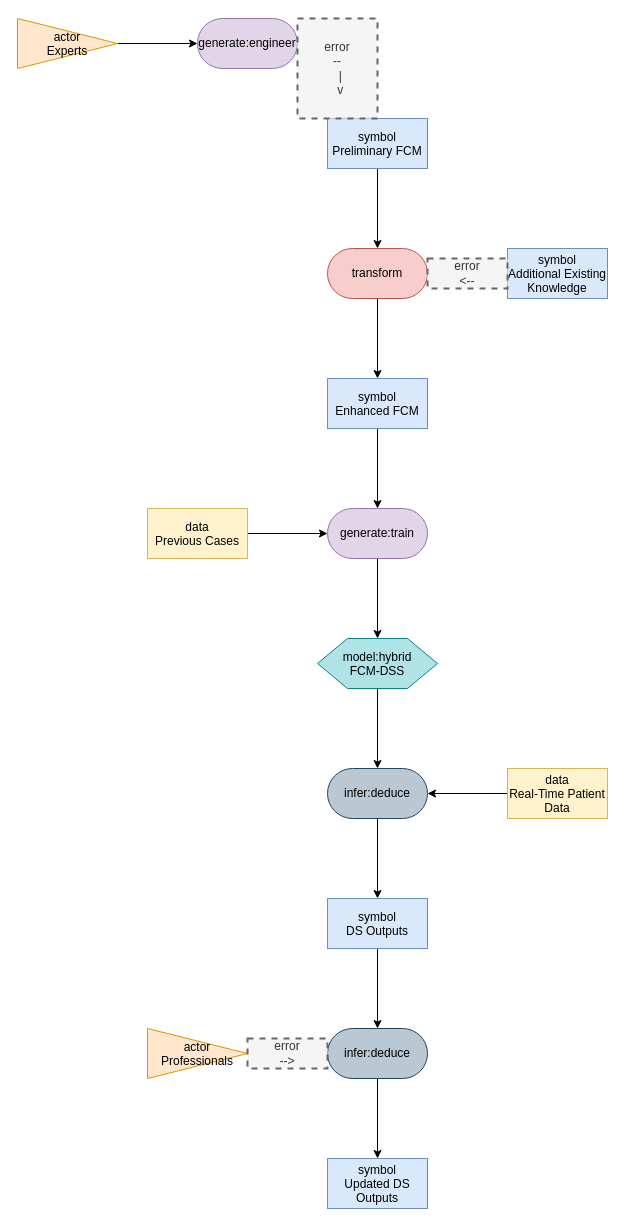
zonnesmit/thesis keeps this draw.io diagram as medical patterns to boxologies/Rules Embedded in ML architecture (REML)/Novel Architecture for Supporting Medical Decision Making of Different Data Types Based on Fuzzy Cognitive Map Framework.drawio. Above is the earlier version. Source tidied: cells renumbered, new cells numbered last; positions are measured from the earlier drawing's top-left corner, leaving out a move shared by most shapes. Both pictures are drawn from the tidied source at 100%, with x=0, y=0 at pixel (17, 18).
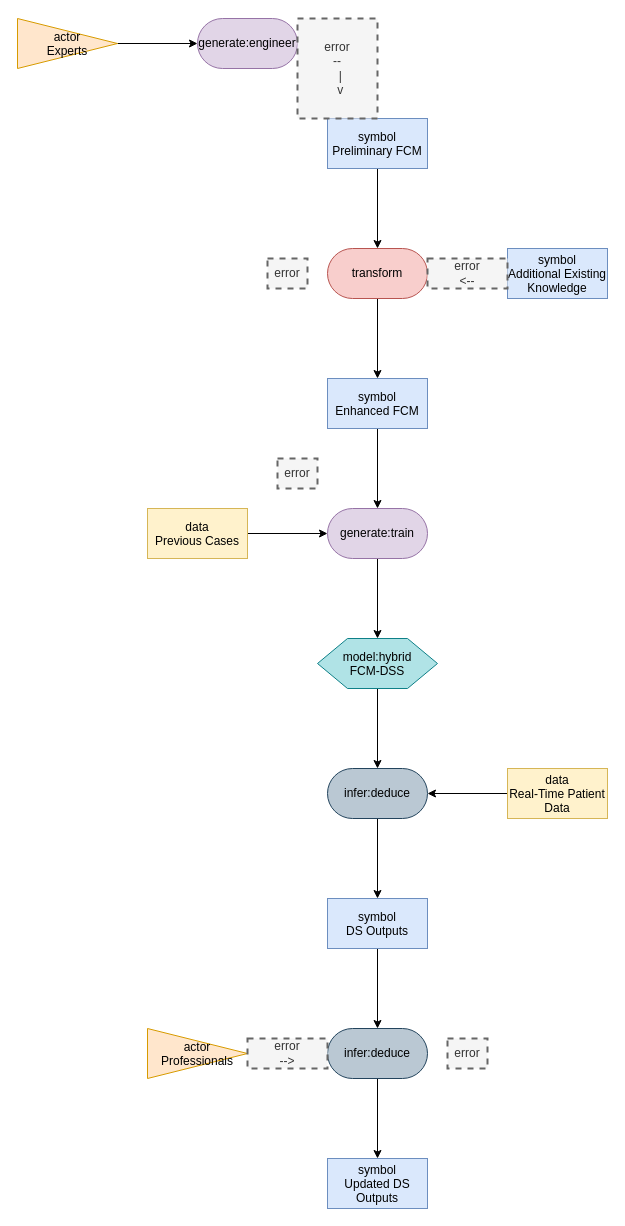
The same diagram, later.

Change to the diagram source:
```diff
@@
+    <mxCell id="31" value="error" style="text;html=1;align=center;verticalAlign=middle;whiteSpace=wrap;rounded=0;dashed=1;fillColor=#f5f5f5;fontColor=#333333;strokeColor=#666666;strokeWidth=2;" parent="1" vertex="1">
+      <mxGeometry x="250" y="240" width="40" height="30" as="geometry" />
+    </mxCell>
+    <mxCell id="32" value="error" style="text;html=1;align=center;verticalAlign=middle;whiteSpace=wrap;rounded=0;dashed=1;fillColor=#f5f5f5;fontColor=#333333;strokeColor=#666666;strokeWidth=2;" parent="1" vertex="1">
+      <mxGeometry x="260" y="440" width="40" height="30" as="geometry" />
+    </mxCell>
+    <mxCell id="33" value="error" style="text;html=1;align=center;verticalAlign=middle;whiteSpace=wrap;rounded=0;dashed=1;fillColor=#f5f5f5;fontColor=#333333;strokeColor=#666666;strokeWidth=2;" parent="1" vertex="1">
+      <mxGeometry x="430" y="1020" width="40" height="30" as="geometry" />
+    </mxCell>
```
